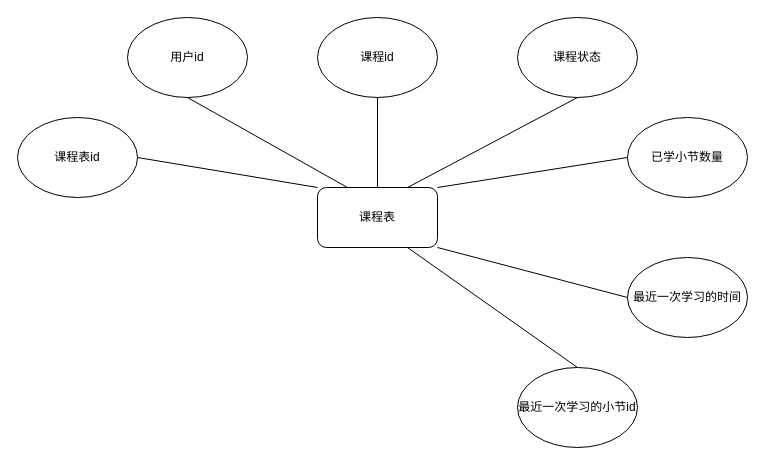
Earlier version of the draw.io diagram learnhub/课程表ER图.drawio (lianyutian/drawio). Source tidied: cells renumbered, new cells numbered last; positions are measured from the earlier drawing's top-left corner, leaving out a move shared by most shapes. Both pictures are drawn from the tidied source at 100%, with x=0, y=0 at pixel (17, 17).
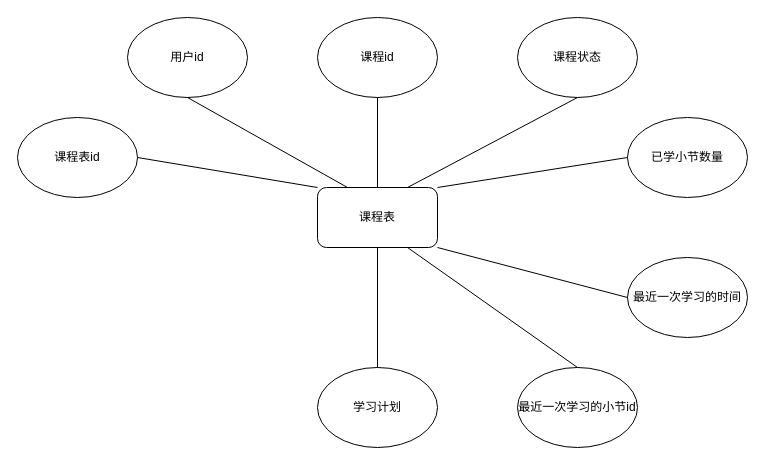
The same page after the edit.

Commit message (it also covers changes not shown here):
更新课程表ER图.drawio

Diff of the diagram source:
```diff
@@
 <mxGraphModel>
   <root>
     <mxCell id="0" />
     <mxCell id="1" parent="0" />
     <mxCell id="2" value="课程表" style="rounded=1;whiteSpace=wrap;html=1;" parent="1" vertex="1">
       <mxGeometry x="300" y="170" width="120" height="60" as="geometry" />
     </mxCell>
     <mxCell id="3" value="课程表id" style="ellipse;whiteSpace=wrap;html=1;" parent="1" vertex="1">
       <mxGeometry y="100" width="120" height="80" as="geometry" />
     </mxCell>
     <mxCell id="4" value="用户id" style="ellipse;whiteSpace=wrap;html=1;" parent="1" vertex="1">
       <mxGeometry x="110" width="120" height="80" as="geometry" />
     </mxCell>
     <mxCell id="5" value="课程id" style="ellipse;whiteSpace=wrap;html=1;" parent="1" vertex="1">
       <mxGeometry x="300" width="120" height="80" as="geometry" />
     </mxCell>
     <mxCell id="6" value="课程状态" style="ellipse;whiteSpace=wrap;html=1;" parent="1" vertex="1">
       <mxGeometry x="500" width="120" height="80" as="geometry" />
     </mxCell>
     <mxCell id="7" value="已学小节数量" style="ellipse;whiteSpace=wrap;html=1;" parent="1" vertex="1">
       <mxGeometry x="610" y="100" width="120" height="80" as="geometry" />
     </mxCell>
     <mxCell id="8" value="最近一次学习的小节id" style="ellipse;whiteSpace=wrap;html=1;" parent="1" vertex="1">
       <mxGeometry x="500" y="350" width="120" height="80" as="geometry" />
     </mxCell>
     <mxCell id="9" value="最近一次学习的时间" style="ellipse;whiteSpace=wrap;html=1;" parent="1" vertex="1">
       <mxGeometry x="610" y="240" width="120" height="80" as="geometry" />
     </mxCell>
     <mxCell id="10" style="endArrow=none;html=1;rounded=0;entryX=0;entryY=0;entryDx=0;entryDy=0;exitX=1;exitY=0.5;exitDx=0;exitDy=0;" parent="1" edge="1" source="3" target="2">
       <mxGeometry relative="1" as="geometry" />
     </mxCell>
     <mxCell id="11" style="endArrow=none;html=1;rounded=0;entryX=0.25;entryY=0;entryDx=0;entryDy=0;exitX=0.5;exitY=1;exitDx=0;exitDy=0;" parent="1" edge="1" source="4" target="2">
       <mxGeometry relative="1" as="geometry" />
     </mxCell>
     <mxCell id="12" style="endArrow=none;html=1;rounded=0;entryX=0.5;entryY=0;entryDx=0;entryDy=0;exitX=0.5;exitY=1;exitDx=0;exitDy=0;" parent="1" edge="1" source="5" target="2">
       <mxGeometry relative="1" as="geometry" />
     </mxCell>
     <mxCell id="13" style="endArrow=none;html=1;rounded=0;entryX=0.75;entryY=0;entryDx=0;entryDy=0;exitX=0.5;exitY=1;exitDx=0;exitDy=0;" parent="1" edge="1" source="6" target="2">
       <mxGeometry relative="1" as="geometry" />
     </mxCell>
     <mxCell id="14" style="endArrow=none;html=1;rounded=0;entryX=1;entryY=0;entryDx=0;entryDy=0;exitX=0;exitY=0.5;exitDx=0;exitDy=0;" parent="1" edge="1" source="7" target="2">
       <mxGeometry relative="1" as="geometry" />
     </mxCell>
     <mxCell id="15" style="endArrow=none;html=1;rounded=0;entryX=0.75;entryY=1;entryDx=0;entryDy=0;exitX=0.5;exitY=0;exitDx=0;exitDy=0;" parent="1" edge="1" source="8" target="2">
       <mxGeometry relative="1" as="geometry" />
     </mxCell>
     <mxCell id="16" style="endArrow=none;html=1;rounded=0;entryX=0;entryY=0.5;entryDx=0;entryDy=0;exitX=1;exitY=1;exitDx=0;exitDy=0;" parent="1" edge="1" source="2" target="9">
       <mxGeometry relative="1" as="geometry" />
     </mxCell>
+    <mxCell id="17" value="学习计划" style="ellipse;whiteSpace=wrap;html=1;" parent="1" vertex="1">
+      <mxGeometry x="300" y="350" width="120" height="80" as="geometry" />
+    </mxCell>
+    <mxCell id="18" style="endArrow=none;html=1;rounded=0;entryX=0.5;entryY=1;entryDx=0;entryDy=0;exitX=0.5;exitY=0;exitDx=0;exitDy=0;" parent="1" edge="1" source="17" target="2">
+      <mxGeometry relative="1" as="geometry" />
+    </mxCell>
   </root>
 </mxGraphModel>
```
